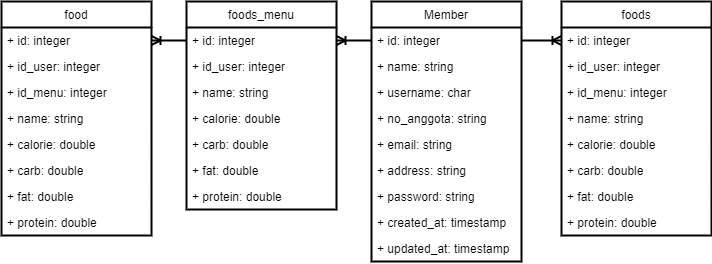
Earlier version of the draw.io export assets/Design Perancangan-Classdiagram.png (wrochcode/tugasakhir). Source tidied: cells renumbered, new cells last; positions are measured from the earlier drawing's top-left corner, leaving out a move shared by most shapes. Source of this version:
```xml
<mxGraphModel>
  <root>
    <mxCell id="0" />
    <mxCell id="1" parent="0" />
    <mxCell id="2" value="Member" style="swimlane;fontStyle=0;horizontal=1;startSize=26;fillColor=none;strokeWidth=2;" parent="1" vertex="1">
      <mxGeometry x="370" width="150" height="260" as="geometry" />
    </mxCell>
    <mxCell id="3" value="+ id: integer" style="text;strokeColor=none;fillColor=none;align=left;verticalAlign=top;spacingLeft=4;spacingRight=4;overflow=hidden;points=[[0,0.5],[1,0.5]];portConstraint=eastwest;" parent="2" vertex="1">
      <mxGeometry y="26" width="150" height="26" as="geometry" />
    </mxCell>
    <mxCell id="4" value="+ name: string" style="text;strokeColor=none;fillColor=none;align=left;verticalAlign=top;spacingLeft=4;spacingRight=4;overflow=hidden;" parent="2" vertex="1">
      <mxGeometry y="52" width="150" height="26" as="geometry" />
    </mxCell>
    <mxCell id="5" value="+ username: char" style="text;strokeColor=none;fillColor=none;align=left;verticalAlign=top;spacingLeft=4;spacingRight=4;overflow=hidden;" parent="2" vertex="1">
      <mxGeometry y="78" width="150" height="26" as="geometry" />
    </mxCell>
    <mxCell id="6" value="+ no_anggota: string" style="text;strokeColor=none;fillColor=none;align=left;verticalAlign=top;spacingLeft=4;spacingRight=4;overflow=hidden;" parent="2" vertex="1">
      <mxGeometry y="104" width="150" height="26" as="geometry" />
    </mxCell>
    <mxCell id="7" value="+ email: string" style="text;strokeColor=none;fillColor=none;align=left;verticalAlign=top;spacingLeft=4;spacingRight=4;overflow=hidden;" parent="2" vertex="1">
      <mxGeometry y="130" width="150" height="26" as="geometry" />
    </mxCell>
    <mxCell id="8" value="+ address: string" style="text;strokeColor=none;fillColor=none;align=left;verticalAlign=top;spacingLeft=4;spacingRight=4;overflow=hidden;" parent="2" vertex="1">
      <mxGeometry y="156" width="150" height="26" as="geometry" />
    </mxCell>
    <mxCell id="9" value="+ password: string" style="text;strokeColor=none;fillColor=none;align=left;verticalAlign=top;spacingLeft=4;spacingRight=4;overflow=hidden;" parent="2" vertex="1">
      <mxGeometry y="182" width="150" height="26" as="geometry" />
    </mxCell>
    <mxCell id="10" value="+ created_at: timestamp" style="text;strokeColor=none;fillColor=none;align=left;verticalAlign=top;spacingLeft=4;spacingRight=4;overflow=hidden;" parent="2" vertex="1">
      <mxGeometry y="208" width="150" height="26" as="geometry" />
    </mxCell>
    <mxCell id="11" value="+ updated_at: timestamp" style="text;strokeColor=none;fillColor=none;align=left;verticalAlign=top;spacingLeft=4;spacingRight=4;overflow=hidden;" parent="2" vertex="1">
      <mxGeometry y="234" width="150" height="26" as="geometry" />
    </mxCell>
    <mxCell id="12" value="foods_menu" style="swimlane;fontStyle=0;horizontal=1;startSize=26;fillColor=none;strokeWidth=2;" parent="1" vertex="1">
      <mxGeometry x="185" width="150" height="208" as="geometry" />
    </mxCell>
    <mxCell id="13" value="+ id: integer" style="text;strokeColor=none;fillColor=none;align=left;verticalAlign=top;spacingLeft=4;spacingRight=4;overflow=hidden;points=[[0,0.5],[1,0.5]];portConstraint=eastwest;" parent="12" vertex="1">
      <mxGeometry y="26" width="150" height="26" as="geometry" />
    </mxCell>
    <mxCell id="14" value="+ id_user: integer" style="text;strokeColor=none;fillColor=none;align=left;verticalAlign=top;spacingLeft=4;spacingRight=4;overflow=hidden;" parent="12" vertex="1">
      <mxGeometry y="52" width="150" height="26" as="geometry" />
    </mxCell>
    <mxCell id="15" value="+ name: string" style="text;strokeColor=none;fillColor=none;align=left;verticalAlign=top;spacingLeft=4;spacingRight=4;overflow=hidden;" parent="12" vertex="1">
      <mxGeometry y="78" width="150" height="26" as="geometry" />
    </mxCell>
    <mxCell id="16" value="+ calorie: double" style="text;strokeColor=none;fillColor=none;align=left;verticalAlign=top;spacingLeft=4;spacingRight=4;overflow=hidden;" parent="12" vertex="1">
      <mxGeometry y="104" width="150" height="26" as="geometry" />
    </mxCell>
    <mxCell id="17" value="+ carb: double" style="text;strokeColor=none;fillColor=none;align=left;verticalAlign=top;spacingLeft=4;spacingRight=4;overflow=hidden;" parent="12" vertex="1">
      <mxGeometry y="130" width="150" height="26" as="geometry" />
    </mxCell>
    <mxCell id="18" value="+ fat: double" style="text;strokeColor=none;fillColor=none;align=left;verticalAlign=top;spacingLeft=4;spacingRight=4;overflow=hidden;" parent="12" vertex="1">
      <mxGeometry y="156" width="150" height="26" as="geometry" />
    </mxCell>
    <mxCell id="19" value="+ protein: double" style="text;strokeColor=none;fillColor=none;align=left;verticalAlign=top;spacingLeft=4;spacingRight=4;overflow=hidden;" parent="12" vertex="1">
      <mxGeometry y="182" width="150" height="26" as="geometry" />
    </mxCell>
    <mxCell id="20" value="food" style="swimlane;fontStyle=0;horizontal=1;startSize=26;fillColor=none;strokeWidth=2;" parent="1" vertex="1">
      <mxGeometry width="150" height="234" as="geometry" />
    </mxCell>
    <mxCell id="21" value="+ id: integer" style="text;strokeColor=none;fillColor=none;align=left;verticalAlign=top;spacingLeft=4;spacingRight=4;overflow=hidden;points=[[0,0.5],[1,0.5]];portConstraint=eastwest;" parent="20" vertex="1">
      <mxGeometry y="26" width="150" height="26" as="geometry" />
    </mxCell>
    <mxCell id="22" value="+ id_user: integer" style="text;strokeColor=none;fillColor=none;align=left;verticalAlign=top;spacingLeft=4;spacingRight=4;overflow=hidden;" parent="20" vertex="1">
      <mxGeometry y="52" width="150" height="26" as="geometry" />
    </mxCell>
    <mxCell id="23" value="+ id_menu: integer" style="text;strokeColor=none;fillColor=none;align=left;verticalAlign=top;spacingLeft=4;spacingRight=4;overflow=hidden;" parent="20" vertex="1">
      <mxGeometry y="78" width="150" height="26" as="geometry" />
    </mxCell>
    <mxCell id="24" value="+ name: string" style="text;strokeColor=none;fillColor=none;align=left;verticalAlign=top;spacingLeft=4;spacingRight=4;overflow=hidden;" parent="20" vertex="1">
      <mxGeometry y="104" width="150" height="26" as="geometry" />
    </mxCell>
    <mxCell id="25" value="+ calorie: double" style="text;strokeColor=none;fillColor=none;align=left;verticalAlign=top;spacingLeft=4;spacingRight=4;overflow=hidden;" parent="20" vertex="1">
      <mxGeometry y="130" width="150" height="26" as="geometry" />
    </mxCell>
    <mxCell id="26" value="+ carb: double" style="text;strokeColor=none;fillColor=none;align=left;verticalAlign=top;spacingLeft=4;spacingRight=4;overflow=hidden;" parent="20" vertex="1">
      <mxGeometry y="156" width="150" height="26" as="geometry" />
    </mxCell>
    <mxCell id="27" value="+ fat: double" style="text;strokeColor=none;fillColor=none;align=left;verticalAlign=top;spacingLeft=4;spacingRight=4;overflow=hidden;" parent="20" vertex="1">
      <mxGeometry y="182" width="150" height="26" as="geometry" />
    </mxCell>
    <mxCell id="28" value="+ protein: double" style="text;strokeColor=none;fillColor=none;align=left;verticalAlign=top;spacingLeft=4;spacingRight=4;overflow=hidden;" parent="20" vertex="1">
      <mxGeometry y="208" width="150" height="26" as="geometry" />
    </mxCell>
    <mxCell id="29" style="edgeStyle=orthogonalEdgeStyle;rounded=0;jettySize=auto;html=1;startArrow=ERoneToMany;startFill=0;endArrow=none;endFill=0;strokeWidth=2;" parent="1" edge="1" source="21" target="13">
      <mxGeometry relative="1" as="geometry" />
    </mxCell>
    <mxCell id="30" value="foods" style="swimlane;fontStyle=0;horizontal=1;startSize=26;fillColor=none;strokeWidth=2;" parent="1" vertex="1">
      <mxGeometry x="560" width="150" height="234" as="geometry" />
    </mxCell>
    <mxCell id="31" value="+ id: integer" style="text;strokeColor=none;fillColor=none;align=left;verticalAlign=top;spacingLeft=4;spacingRight=4;overflow=hidden;points=[[0,0.5],[1,0.5]];portConstraint=eastwest;" parent="30" vertex="1">
      <mxGeometry y="26" width="150" height="26" as="geometry" />
    </mxCell>
    <mxCell id="32" value="+ id_user: integer" style="text;strokeColor=none;fillColor=none;align=left;verticalAlign=top;spacingLeft=4;spacingRight=4;overflow=hidden;" parent="30" vertex="1">
      <mxGeometry y="52" width="150" height="26" as="geometry" />
    </mxCell>
    <mxCell id="33" value="+ id_menu: integer" style="text;strokeColor=none;fillColor=none;align=left;verticalAlign=top;spacingLeft=4;spacingRight=4;overflow=hidden;" parent="30" vertex="1">
      <mxGeometry y="78" width="150" height="26" as="geometry" />
    </mxCell>
    <mxCell id="34" value="+ name: string" style="text;strokeColor=none;fillColor=none;align=left;verticalAlign=top;spacingLeft=4;spacingRight=4;overflow=hidden;" parent="30" vertex="1">
      <mxGeometry y="104" width="150" height="26" as="geometry" />
    </mxCell>
    <mxCell id="35" value="+ calorie: double" style="text;strokeColor=none;fillColor=none;align=left;verticalAlign=top;spacingLeft=4;spacingRight=4;overflow=hidden;" parent="30" vertex="1">
      <mxGeometry y="130" width="150" height="26" as="geometry" />
    </mxCell>
    <mxCell id="36" value="+ carb: double" style="text;strokeColor=none;fillColor=none;align=left;verticalAlign=top;spacingLeft=4;spacingRight=4;overflow=hidden;" parent="30" vertex="1">
      <mxGeometry y="156" width="150" height="26" as="geometry" />
    </mxCell>
    <mxCell id="37" value="+ fat: double" style="text;strokeColor=none;fillColor=none;align=left;verticalAlign=top;spacingLeft=4;spacingRight=4;overflow=hidden;" parent="30" vertex="1">
      <mxGeometry y="182" width="150" height="26" as="geometry" />
    </mxCell>
    <mxCell id="38" value="+ protein: double" style="text;strokeColor=none;fillColor=none;align=left;verticalAlign=top;spacingLeft=4;spacingRight=4;overflow=hidden;" parent="30" vertex="1">
      <mxGeometry y="208" width="150" height="26" as="geometry" />
    </mxCell>
    <mxCell id="39" style="edgeStyle=orthogonalEdgeStyle;rounded=0;jettySize=auto;html=1;entryX=1;entryY=0.5;entryDx=0;entryDy=0;startArrow=none;startFill=0;endArrow=ERoneToMany;endFill=0;strokeWidth=2;" parent="1" edge="1" source="3" target="13">
      <mxGeometry relative="1" as="geometry" />
    </mxCell>
    <mxCell id="40" style="edgeStyle=orthogonalEdgeStyle;rounded=0;jettySize=auto;html=1;startArrow=none;startFill=0;endArrow=ERoneToMany;endFill=0;strokeWidth=2;" parent="1" edge="1" source="3" target="31">
      <mxGeometry relative="1" as="geometry" />
    </mxCell>
  </root>
</mxGraphModel>
```
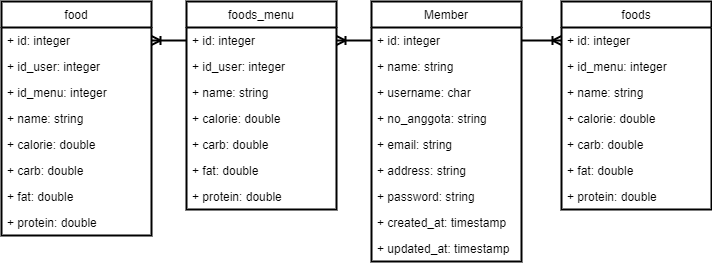
The same file after the commit.

The edit, as a diff of the source:
```diff
@@ -87,31 +87,28 @@
       <mxGeometry relative="1" as="geometry" />
     </mxCell>
     <mxCell id="30" value="foods" style="swimlane;fontStyle=0;horizontal=1;startSize=26;fillColor=none;strokeWidth=2;" parent="1" vertex="1">
-      <mxGeometry x="560" width="150" height="234" as="geometry" />
+      <mxGeometry x="560" width="150" height="208" as="geometry" />
     </mxCell>
     <mxCell id="31" value="+ id: integer" style="text;strokeColor=none;fillColor=none;align=left;verticalAlign=top;spacingLeft=4;spacingRight=4;overflow=hidden;points=[[0,0.5],[1,0.5]];portConstraint=eastwest;" parent="30" vertex="1">
       <mxGeometry y="26" width="150" height="26" as="geometry" />
     </mxCell>
-    <mxCell id="32" value="+ id_user: integer" style="text;strokeColor=none;fillColor=none;align=left;verticalAlign=top;spacingLeft=4;spacingRight=4;overflow=hidden;" parent="30" vertex="1">
-      <mxGeometry y="52" width="150" height="26" as="geometry" />
-    </mxCell>
     <mxCell id="33" value="+ id_menu: integer" style="text;strokeColor=none;fillColor=none;align=left;verticalAlign=top;spacingLeft=4;spacingRight=4;overflow=hidden;" parent="30" vertex="1">
-      <mxGeometry y="78" width="150" height="26" as="geometry" />
+      <mxGeometry y="52" width="150" height="26" as="geometry" />
     </mxCell>
     <mxCell id="34" value="+ name: string" style="text;strokeColor=none;fillColor=none;align=left;verticalAlign=top;spacingLeft=4;spacingRight=4;overflow=hidden;" parent="30" vertex="1">
-      <mxGeometry y="104" width="150" height="26" as="geometry" />
+      <mxGeometry y="78" width="150" height="26" as="geometry" />
     </mxCell>
     <mxCell id="35" value="+ calorie: double" style="text;strokeColor=none;fillColor=none;align=left;verticalAlign=top;spacingLeft=4;spacingRight=4;overflow=hidden;" parent="30" vertex="1">
-      <mxGeometry y="130" width="150" height="26" as="geometry" />
+      <mxGeometry y="104" width="150" height="26" as="geometry" />
     </mxCell>
     <mxCell id="36" value="+ carb: double" style="text;strokeColor=none;fillColor=none;align=left;verticalAlign=top;spacingLeft=4;spacingRight=4;overflow=hidden;" parent="30" vertex="1">
-      <mxGeometry y="156" width="150" height="26" as="geometry" />
+      <mxGeometry y="130" width="150" height="26" as="geometry" />
     </mxCell>
     <mxCell id="37" value="+ fat: double" style="text;strokeColor=none;fillColor=none;align=left;verticalAlign=top;spacingLeft=4;spacingRight=4;overflow=hidden;" parent="30" vertex="1">
-      <mxGeometry y="182" width="150" height="26" as="geometry" />
+      <mxGeometry y="156" width="150" height="26" as="geometry" />
     </mxCell>
     <mxCell id="38" value="+ protein: double" style="text;strokeColor=none;fillColor=none;align=left;verticalAlign=top;spacingLeft=4;spacingRight=4;overflow=hidden;" parent="30" vertex="1">
-      <mxGeometry y="208" width="150" height="26" as="geometry" />
+      <mxGeometry y="182" width="150" height="26" as="geometry" />
     </mxCell>
     <mxCell id="39" style="edgeStyle=orthogonalEdgeStyle;rounded=0;jettySize=auto;html=1;entryX=1;entryY=0.5;entryDx=0;entryDy=0;startArrow=none;startFill=0;endArrow=ERoneToMany;endFill=0;strokeWidth=2;" parent="1" edge="1" source="3" target="13">
       <mxGeometry relative="1" as="geometry" />
```
